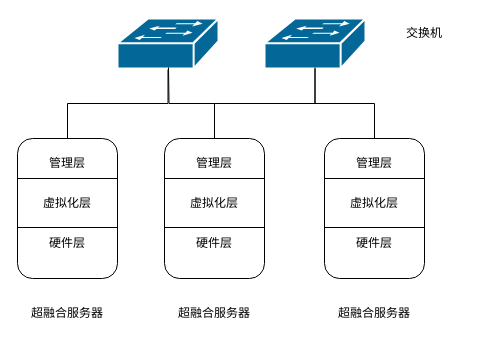
Before: 超融合架构图.drawio in 182023229/image, a draw.io diagram. Source tidied: cells renumbered, new cells numbered last; positions are measured from the earlier drawing's top-left corner, leaving out a move shared by most shapes. Both pictures are drawn from the tidied source at 100%, with x=0, y=0 at pixel (17, 18).
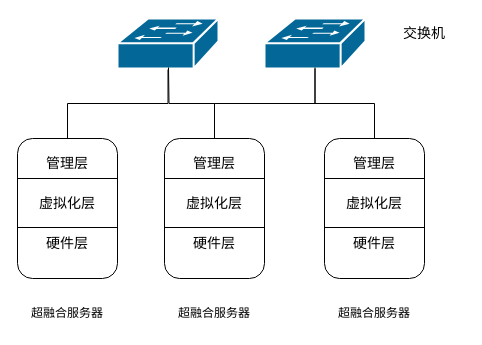
The same diagram, later.

Commit message:
更新超融合架构图.drawio

What changed in the source:
```diff
@@
-    <mxCell id="6" value="硬件层" style="text;strokeColor=none;align=center;fillColor=none;html=1;verticalAlign=middle;whiteSpace=wrap;rounded=0;" parent="1" vertex="1">
+    <mxCell id="6" value="&lt;font style=&quot;font-size: 14px;&quot;&gt;硬件层&lt;/font&gt;" style="text;strokeColor=none;align=center;fillColor=none;html=1;verticalAlign=middle;whiteSpace=wrap;rounded=0;" parent="1" vertex="1">
       <mxGeometry x="20" y="210" width="60" height="30" as="geometry" />
     </mxCell>
-    <mxCell id="7" value="虚拟化层" style="text;strokeColor=none;align=center;fillColor=none;html=1;verticalAlign=middle;whiteSpace=wrap;rounded=0;" parent="1" vertex="1">
+    <mxCell id="7" value="&lt;font style=&quot;font-size: 14px;&quot;&gt;虚拟化层&lt;/font&gt;" style="text;strokeColor=none;align=center;fillColor=none;html=1;verticalAlign=middle;whiteSpace=wrap;rounded=0;" parent="1" vertex="1">
       <mxGeometry x="20" y="170" width="60" height="30" as="geometry" />
     </mxCell>
-    <mxCell id="8" value="管理层" style="text;strokeColor=none;align=center;fillColor=none;html=1;verticalAlign=middle;whiteSpace=wrap;rounded=0;" parent="1" vertex="1">
+    <mxCell id="8" value="&lt;font style=&quot;font-size: 14px;&quot;&gt;管理层&lt;/font&gt;" style="text;strokeColor=none;align=center;fillColor=none;html=1;verticalAlign=middle;whiteSpace=wrap;rounded=0;" parent="1" vertex="1">
       <mxGeometry x="20" y="130" width="60" height="30" as="geometry" />
     </mxCell>
@@
-    <mxCell id="14" value="硬件层" style="text;strokeColor=none;align=center;fillColor=none;html=1;verticalAlign=middle;whiteSpace=wrap;rounded=0;" parent="1" vertex="1">
+    <mxCell id="14" value="&lt;font style=&quot;font-size: 14px;&quot;&gt;硬件层&lt;/font&gt;" style="text;strokeColor=none;align=center;fillColor=none;html=1;verticalAlign=middle;whiteSpace=wrap;rounded=0;" parent="1" vertex="1">
       <mxGeometry x="167" y="210" width="60" height="30" as="geometry" />
     </mxCell>
-    <mxCell id="15" value="虚拟化层" style="text;strokeColor=none;align=center;fillColor=none;html=1;verticalAlign=middle;whiteSpace=wrap;rounded=0;" parent="1" vertex="1">
+    <mxCell id="15" value="&lt;font style=&quot;font-size: 14px;&quot;&gt;虚拟化层&lt;/font&gt;" style="text;strokeColor=none;align=center;fillColor=none;html=1;verticalAlign=middle;whiteSpace=wrap;rounded=0;" parent="1" vertex="1">
       <mxGeometry x="167" y="170" width="60" height="30" as="geometry" />
     </mxCell>
-    <mxCell id="16" value="管理层" style="text;strokeColor=none;align=center;fillColor=none;html=1;verticalAlign=middle;whiteSpace=wrap;rounded=0;" parent="1" vertex="1">
+    <mxCell id="16" value="&lt;font style=&quot;font-size: 14px;&quot;&gt;管理层&lt;/font&gt;" style="text;strokeColor=none;align=center;fillColor=none;html=1;verticalAlign=middle;whiteSpace=wrap;rounded=0;" parent="1" vertex="1">
       <mxGeometry x="167" y="130" width="60" height="30" as="geometry" />
     </mxCell>
@@
-    <mxCell id="21" value="硬件层" style="text;strokeColor=none;align=center;fillColor=none;html=1;verticalAlign=middle;whiteSpace=wrap;rounded=0;" parent="1" vertex="1">
+    <mxCell id="21" value="&lt;font style=&quot;font-size: 14px;&quot;&gt;硬件层&lt;/font&gt;" style="text;strokeColor=none;align=center;fillColor=none;html=1;verticalAlign=middle;whiteSpace=wrap;rounded=0;" parent="1" vertex="1">
       <mxGeometry x="327" y="210" width="60" height="30" as="geometry" />
     </mxCell>
-    <mxCell id="22" value="虚拟化层" style="text;strokeColor=none;align=center;fillColor=none;html=1;verticalAlign=middle;whiteSpace=wrap;rounded=0;" parent="1" vertex="1">
+    <mxCell id="22" value="&lt;font style=&quot;font-size: 14px;&quot;&gt;虚拟化层&lt;/font&gt;" style="text;strokeColor=none;align=center;fillColor=none;html=1;verticalAlign=middle;whiteSpace=wrap;rounded=0;" parent="1" vertex="1">
       <mxGeometry x="327" y="170" width="60" height="30" as="geometry" />
     </mxCell>
-    <mxCell id="23" value="管理层" style="text;strokeColor=none;align=center;fillColor=none;html=1;verticalAlign=middle;whiteSpace=wrap;rounded=0;" parent="1" vertex="1">
+    <mxCell id="23" value="&lt;font style=&quot;font-size: 14px;&quot;&gt;管理层&lt;/font&gt;" style="text;strokeColor=none;align=center;fillColor=none;html=1;verticalAlign=middle;whiteSpace=wrap;rounded=0;" parent="1" vertex="1">
       <mxGeometry x="327" y="130" width="60" height="30" as="geometry" />
     </mxCell>
@@
-    <mxCell id="29" value="交换机" style="text;strokeColor=none;align=center;fillColor=none;html=1;verticalAlign=middle;whiteSpace=wrap;rounded=0;" parent="1" vertex="1">
+    <mxCell id="29" value="&lt;font style=&quot;font-size: 14px;&quot;&gt;交换机&lt;/font&gt;" style="text;strokeColor=none;align=center;fillColor=none;html=1;verticalAlign=middle;whiteSpace=wrap;rounded=0;" parent="1" vertex="1">
       <mxGeometry x="367" width="80" height="30" as="geometry" />
     </mxCell>
```
